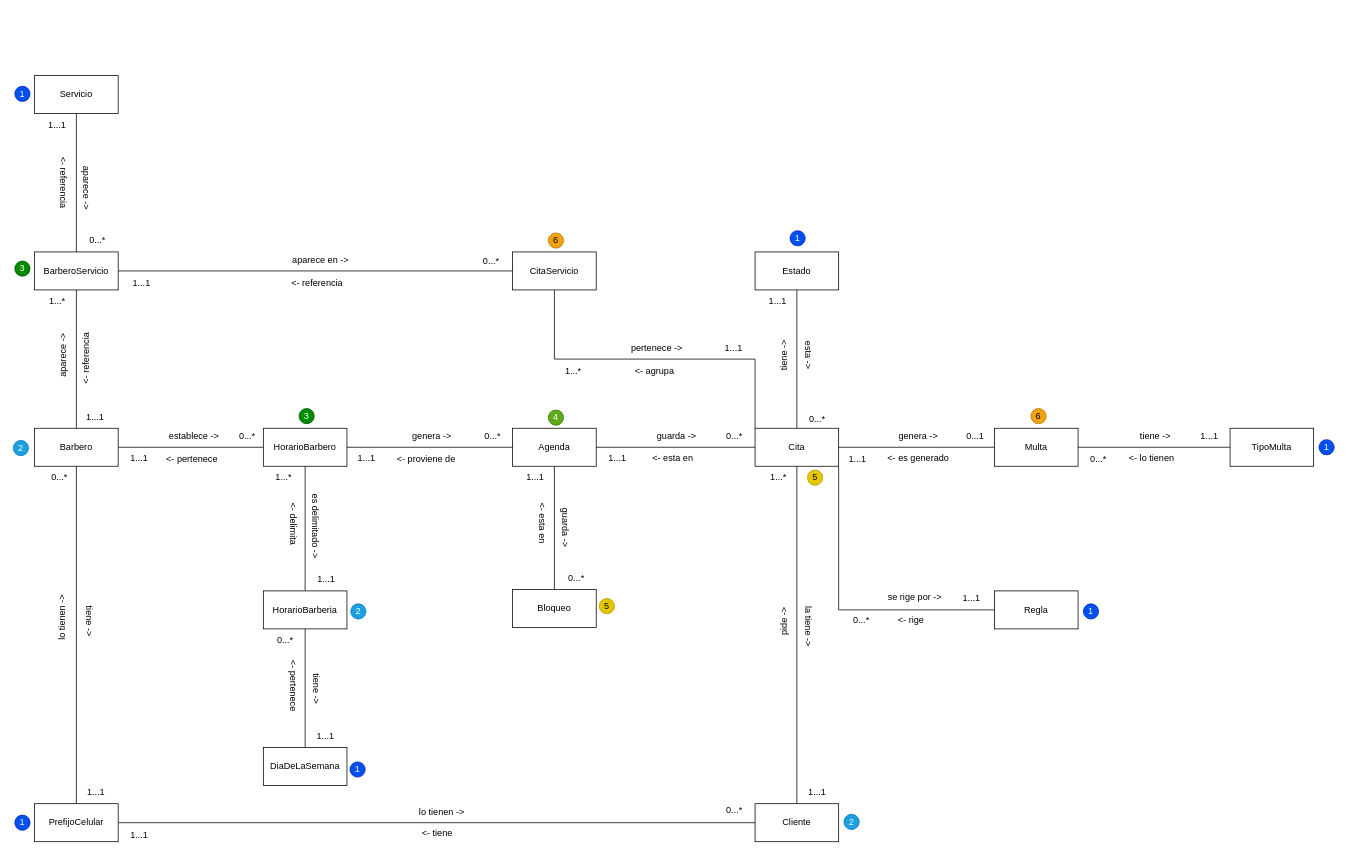
This is Modelo de Dominio 2.drawio from Leandro-Gomez-12345/Proyecto-extra-clase-DOO, a draw.io file, before an edit. Source tidied: cells renumbered, new cells numbered last; positions are measured from the earlier drawing's top-left corner, leaving out a move shared by most shapes. Both pictures are drawn from the tidied source at 76%, with x=0, y=0 at pixel (13, 75).
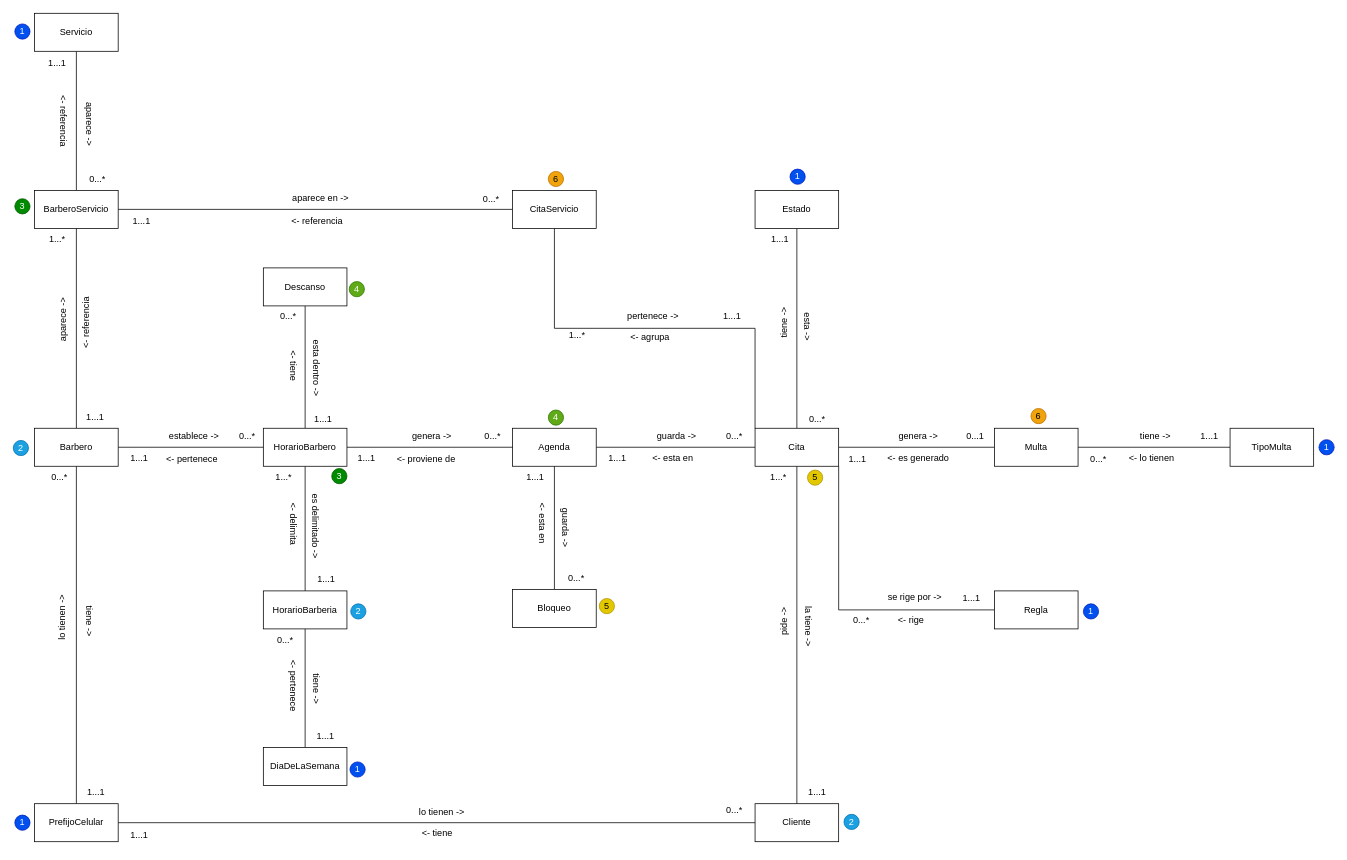
The same diagram, later.

Commit message (it also covers changes not shown here):
Se añadio un nuevo objeto de dominio llamado Descanso, en el cual soluciona el problema de que pasa si el barbero necesita descansar

Unchanged cells that the change refers to:
```xml
<mxCell id="21" value="HorarioBarbero" style="rounded=0;whiteSpace=wrap;html=1;" parent="1" vertex="1">
  <mxGeometry x="329" y="464" width="110" height="50" as="geometry" />
</mxCell>
```

Change to the diagram source:
```diff
@@
+    <mxCell id="119" style="edgeStyle=orthogonalEdgeStyle;rounded=0;jettySize=auto;html=1;entryX=0.5;entryY=1;entryDx=0;entryDy=0;endArrow=none;endFill=0;" parent="1" edge="1" source="21" target="121">
+      <mxGeometry relative="1" as="geometry" />
+    </mxCell>
@@
     <mxCell id="23" value="Estado" style="rounded=0;whiteSpace=wrap;html=1;" parent="1" vertex="1">
-      <mxGeometry x="976" y="232" width="110" height="50" as="geometry" />
+      <mxGeometry x="976" y="151" width="110" height="50" as="geometry" />
     </mxCell>
     <mxCell id="24" value="esta -&amp;gt;" style="text;html=1;whiteSpace=wrap;strokeColor=none;fillColor=none;align=center;verticalAlign=middle;rounded=0;rotation=90;" parent="1" vertex="1">
-      <mxGeometry x="1016" y="353" width="60" height="30" as="geometry" />
+      <mxGeometry x="1014.5" y="315" width="60" height="30" as="geometry" />
     </mxCell>
@@
+    <mxCell id="120" style="edgeStyle=orthogonalEdgeStyle;rounded=0;jettySize=auto;html=1;entryX=0.5;entryY=1;entryDx=0;entryDy=0;endArrow=none;endFill=0;" parent="1" edge="1" source="38" target="42">
+      <mxGeometry relative="1" as="geometry" />
+    </mxCell>
     <mxCell id="38" value="BarberoServicio" style="rounded=0;whiteSpace=wrap;html=1;" parent="1" vertex="1">
-      <mxGeometry x="28" y="232" width="110" height="50" as="geometry" />
+      <mxGeometry x="28" y="151" width="110" height="50" as="geometry" />
     </mxCell>
     <mxCell id="39" value="1...1" style="text;html=1;whiteSpace=wrap;strokeColor=none;fillColor=none;align=center;verticalAlign=middle;rounded=0;" parent="1" vertex="1">
-      <mxGeometry x="976" y="282" width="60" height="30" as="geometry" />
+      <mxGeometry x="979" y="201" width="60" height="30" as="geometry" />
     </mxCell>
@@
-    <mxCell id="41" style="edgeStyle=orthogonalEdgeStyle;rounded=0;jettySize=auto;html=1;entryX=0.5;entryY=0;entryDx=0;entryDy=0;endArrow=none;endFill=0;" parent="1" edge="1" source="42" target="38">
-      <mxGeometry relative="1" as="geometry" />
-    </mxCell>
     <mxCell id="42" value="Servicio" style="rounded=0;whiteSpace=wrap;html=1;" parent="1" vertex="1">
-      <mxGeometry x="28" width="110" height="50" as="geometry" />
+      <mxGeometry x="28" y="-82" width="110" height="50" as="geometry" />
     </mxCell>
     <mxCell id="43" value="aparece -&amp;gt;" style="text;html=1;whiteSpace=wrap;strokeColor=none;fillColor=none;align=center;verticalAlign=middle;rounded=0;rotation=-90;" parent="1" vertex="1">
-      <mxGeometry x="36" y="353" width="60" height="30" as="geometry" />
+      <mxGeometry x="36" y="306" width="60" height="30" as="geometry" />
     </mxCell>
     <mxCell id="44" value="0...*" style="text;html=1;whiteSpace=wrap;strokeColor=none;fillColor=none;align=center;verticalAlign=middle;rounded=0;" parent="1" vertex="1">
-      <mxGeometry x="81" y="202" width="60" height="30" as="geometry" />
+      <mxGeometry x="81" y="121" width="60" height="30" as="geometry" />
     </mxCell>
     <mxCell id="45" value="&amp;lt;- referencia" style="text;html=1;whiteSpace=wrap;strokeColor=none;fillColor=none;align=center;verticalAlign=middle;rounded=0;rotation=-90;" parent="1" vertex="1">
-      <mxGeometry x="59" y="357" width="74" height="30" as="geometry" />
+      <mxGeometry x="59" y="310" width="74" height="30" as="geometry" />
     </mxCell>
@@
     <mxCell id="47" value="aparece -&amp;gt;" style="text;html=1;whiteSpace=wrap;strokeColor=none;fillColor=none;align=center;verticalAlign=middle;rounded=0;rotation=90;" parent="1" vertex="1">
-      <mxGeometry x="66" y="133" width="60" height="30" as="geometry" />
+      <mxGeometry x="70" y="49" width="60" height="30" as="geometry" />
     </mxCell>
     <mxCell id="48" value="&amp;lt;- referencia" style="text;html=1;whiteSpace=wrap;strokeColor=none;fillColor=none;align=center;verticalAlign=middle;rounded=0;rotation=90;" parent="1" vertex="1">
-      <mxGeometry x="29" y="126" width="74" height="30" as="geometry" />
+      <mxGeometry x="29" y="45" width="74" height="30" as="geometry" />
     </mxCell>
     <mxCell id="49" value="1...1" style="text;html=1;whiteSpace=wrap;strokeColor=none;fillColor=none;align=center;verticalAlign=middle;rounded=0;" parent="1" vertex="1">
-      <mxGeometry x="28" y="50" width="60" height="30" as="geometry" />
+      <mxGeometry x="28" y="-31" width="60" height="30" as="geometry" />
     </mxCell>
     <mxCell id="50" value="1...*" style="text;html=1;whiteSpace=wrap;strokeColor=none;fillColor=none;align=center;verticalAlign=middle;rounded=0;" parent="1" vertex="1">
-      <mxGeometry x="28" y="282" width="60" height="30" as="geometry" />
+      <mxGeometry x="28" y="201" width="60" height="30" as="geometry" />
     </mxCell>
@@
     <mxCell id="55" value="tiene -&amp;gt;" style="text;html=1;whiteSpace=wrap;strokeColor=none;fillColor=none;align=center;verticalAlign=middle;rounded=0;rotation=-90;" parent="1" vertex="1">
-      <mxGeometry x="985" y="353" width="60" height="30" as="geometry" />
+      <mxGeometry x="984" y="310" width="60" height="30" as="geometry" />
     </mxCell>
@@
     <mxCell id="72" value="CitaServicio" style="rounded=0;whiteSpace=wrap;html=1;" parent="1" vertex="1">
-      <mxGeometry x="657" y="232" width="110" height="50" as="geometry" />
+      <mxGeometry x="657" y="151" width="110" height="50" as="geometry" />
     </mxCell>
     <mxCell id="73" value="pertenece -&amp;gt;" style="text;html=1;whiteSpace=wrap;strokeColor=none;fillColor=none;align=center;verticalAlign=middle;rounded=0;rotation=0;" parent="1" vertex="1">
-      <mxGeometry x="812" y="344" width="70" height="30" as="geometry" />
+      <mxGeometry x="807" y="302" width="70" height="30" as="geometry" />
     </mxCell>
     <mxCell id="74" value="1...1" style="text;html=1;whiteSpace=wrap;strokeColor=none;fillColor=none;align=center;verticalAlign=middle;rounded=0;" parent="1" vertex="1">
-      <mxGeometry x="918" y="344" width="60" height="30" as="geometry" />
+      <mxGeometry x="916" y="302" width="60" height="30" as="geometry" />
     </mxCell>
     <mxCell id="75" value="&amp;lt;- agrupa" style="text;html=1;whiteSpace=wrap;strokeColor=none;fillColor=none;align=center;verticalAlign=middle;rounded=0;rotation=0;" parent="1" vertex="1">
-      <mxGeometry x="807" y="374" width="74" height="30" as="geometry" />
+      <mxGeometry x="801" y="330" width="74" height="30" as="geometry" />
     </mxCell>
     <mxCell id="76" value="1...*" style="text;html=1;whiteSpace=wrap;strokeColor=none;fillColor=none;align=center;verticalAlign=middle;rounded=0;" parent="1" vertex="1">
-      <mxGeometry x="707" y="374" width="60" height="30" as="geometry" />
+      <mxGeometry x="712" y="327" width="60" height="30" as="geometry" />
     </mxCell>
@@
     <mxCell id="85" value="aparece en -&amp;gt;" style="text;html=1;whiteSpace=wrap;strokeColor=none;fillColor=none;align=center;verticalAlign=middle;rounded=0;rotation=0;" parent="1" vertex="1">
-      <mxGeometry x="362" y="228" width="85" height="30" as="geometry" />
+      <mxGeometry x="362" y="147" width="85" height="30" as="geometry" />
     </mxCell>
     <mxCell id="86" value="0...*" style="text;html=1;whiteSpace=wrap;strokeColor=none;fillColor=none;align=center;verticalAlign=middle;rounded=0;" parent="1" vertex="1">
-      <mxGeometry x="599" y="229" width="60" height="30" as="geometry" />
+      <mxGeometry x="599" y="148" width="60" height="30" as="geometry" />
     </mxCell>
     <mxCell id="87" value="&amp;lt;- referencia" style="text;html=1;whiteSpace=wrap;strokeColor=none;fillColor=none;align=center;verticalAlign=middle;rounded=0;rotation=0;" parent="1" vertex="1">
-      <mxGeometry x="363" y="258" width="74" height="30" as="geometry" />
+      <mxGeometry x="363" y="177" width="74" height="30" as="geometry" />
     </mxCell>
     <mxCell id="88" value="1...1" style="text;html=1;whiteSpace=wrap;strokeColor=none;fillColor=none;align=center;verticalAlign=middle;rounded=0;" parent="1" vertex="1">
-      <mxGeometry x="139" y="258" width="60" height="30" as="geometry" />
+      <mxGeometry x="139" y="177" width="60" height="30" as="geometry" />
     </mxCell>
@@
     <mxCell id="90" value="1" style="ellipse;whiteSpace=wrap;html=1;fillColor=#0050ef;fontColor=#ffffff;strokeColor=#001DBC;" parent="1" vertex="1">
-      <mxGeometry x="1022" y="204" width="20" height="20" as="geometry" />
+      <mxGeometry x="1022" y="123" width="20" height="20" as="geometry" />
     </mxCell>
     <mxCell id="91" value="1" style="ellipse;whiteSpace=wrap;html=1;fillColor=#0050ef;fontColor=#ffffff;strokeColor=#001DBC;" parent="1" vertex="1">
-      <mxGeometry x="2" y="14" width="20" height="20" as="geometry" />
+      <mxGeometry x="2" y="-68" width="20" height="20" as="geometry" />
     </mxCell>
@@
     <mxCell id="97" value="3" style="ellipse;whiteSpace=wrap;html=1;fillColor=#008a00;fontColor=#ffffff;strokeColor=#005700;" parent="1" vertex="1">
-      <mxGeometry x="376" y="438" width="20" height="20" as="geometry" />
+      <mxGeometry x="419" y="517" width="20" height="20" as="geometry" />
     </mxCell>
     <mxCell id="98" value="3" style="ellipse;whiteSpace=wrap;html=1;fillColor=#008a00;fontColor=#ffffff;strokeColor=#005700;" parent="1" vertex="1">
-      <mxGeometry x="2" y="244" width="20" height="20" as="geometry" />
+      <mxGeometry x="2" y="162" width="20" height="20" as="geometry" />
     </mxCell>
@@
     <mxCell id="112" value="6" style="ellipse;whiteSpace=wrap;html=1;fillColor=#f0a30a;fontColor=#000000;strokeColor=#BD7000;" parent="1" vertex="1">
-      <mxGeometry x="704" y="207" width="20" height="20" as="geometry" />
+      <mxGeometry x="704" y="126" width="20" height="20" as="geometry" />
     </mxCell>
@@
+    <mxCell id="121" value="Descanso" style="rounded=0;whiteSpace=wrap;html=1;" parent="1" vertex="1">
+      <mxGeometry x="329" y="253" width="110" height="50" as="geometry" />
+    </mxCell>
+    <mxCell id="122" value="&amp;lt;- tiene" style="text;html=1;whiteSpace=wrap;strokeColor=none;fillColor=none;align=center;verticalAlign=middle;rounded=0;rotation=90;" parent="1" vertex="1">
+      <mxGeometry x="331" y="367" width="74" height="30" as="geometry" />
+    </mxCell>
+    <mxCell id="123" value="0...*" style="text;html=1;whiteSpace=wrap;strokeColor=none;fillColor=none;align=center;verticalAlign=middle;rounded=0;" parent="1" vertex="1">
+      <mxGeometry x="332" y="302" width="60" height="30" as="geometry" />
+    </mxCell>
+    <mxCell id="124" value="esta dentro -&amp;gt;" style="text;html=1;whiteSpace=wrap;strokeColor=none;fillColor=none;align=center;verticalAlign=middle;rounded=0;rotation=90;" parent="1" vertex="1">
+      <mxGeometry x="354" y="370" width="90" height="30" as="geometry" />
+    </mxCell>
+    <mxCell id="125" value="1...1" style="text;html=1;whiteSpace=wrap;strokeColor=none;fillColor=none;align=center;verticalAlign=middle;rounded=0;" parent="1" vertex="1">
+      <mxGeometry x="378" y="437" width="60" height="30" as="geometry" />
+    </mxCell>
+    <mxCell id="126" value="4" style="ellipse;whiteSpace=wrap;html=1;fillColor=#60a917;fontColor=#ffffff;strokeColor=#2D7600;" parent="1" vertex="1">
+      <mxGeometry x="442" y="271" width="20" height="20" as="geometry" />
+    </mxCell>
```
